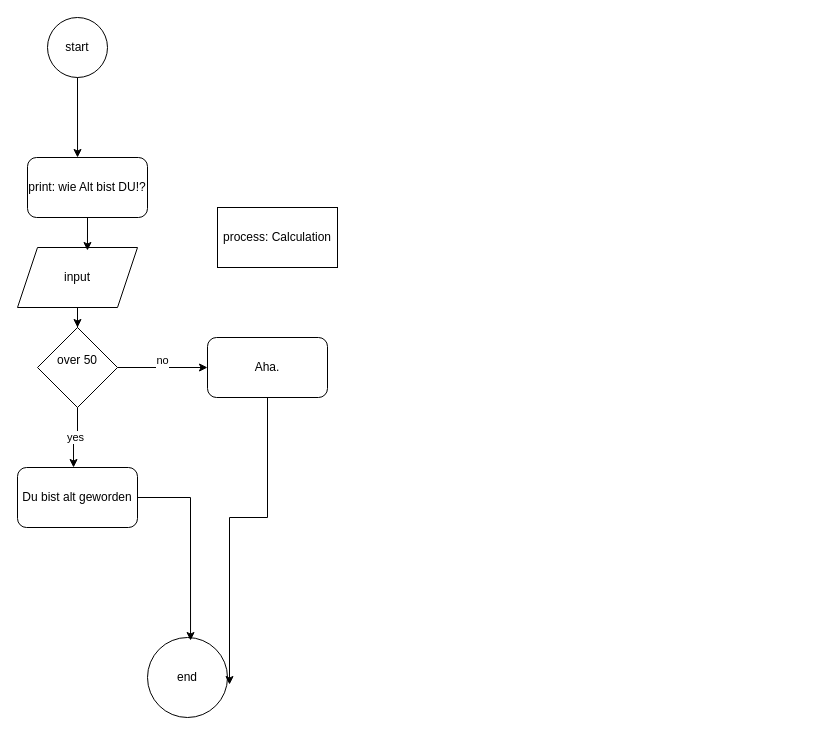
The draw.io diagram docs/day3/alt_machine.drawio in SandroDeSanct/Python, before the edit. Source tidied: cells renumbered, new cells numbered last; positions are measured from the earlier drawing's top-left corner, leaving out a move shared by most shapes. Both pictures are drawn from the tidied source at 100%, with x=0, y=0 at pixel (17, 17).
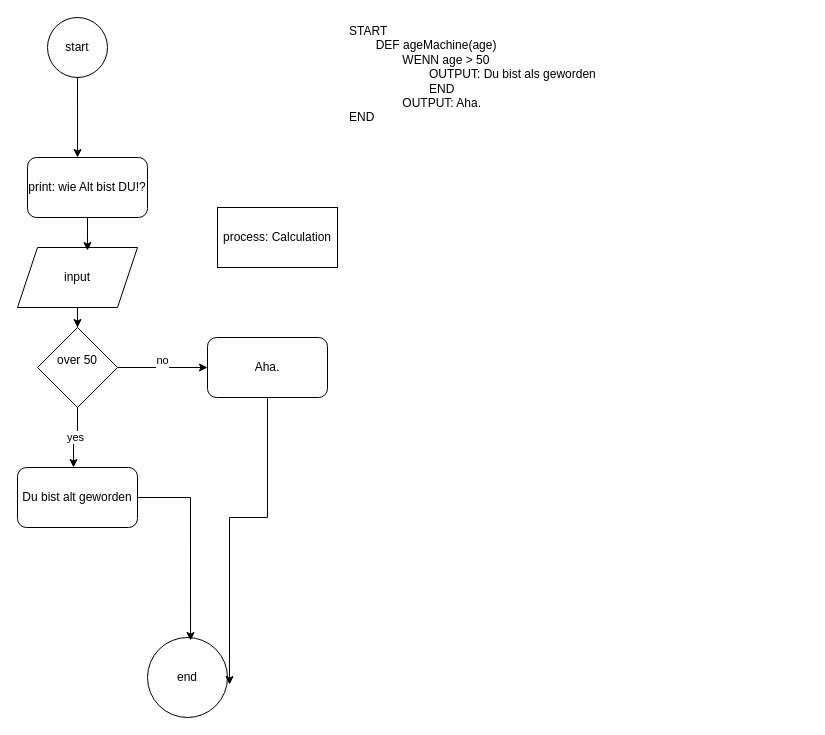
The same page after the edit.

Commit message (it also covers changes not shown here):
ageMAchine PseudoCode

Diff of the diagram source:
```diff
@@
 <mxGraphModel>
   <root>
     <mxCell id="0" />
     <mxCell id="1" parent="0" />
     <mxCell id="2" value="start" style="ellipse;whiteSpace=wrap;html=1;" parent="1" vertex="1">
       <mxGeometry x="30" width="60" height="60" as="geometry" />
     </mxCell>
     <mxCell id="3" value="end" style="ellipse;whiteSpace=wrap;html=1;" parent="1" vertex="1">
       <mxGeometry x="130" y="620" width="80" height="80" as="geometry" />
     </mxCell>
     <mxCell id="4" style="edgeStyle=orthogonalEdgeStyle;rounded=0;jettySize=auto;html=1;" parent="1" edge="1" source="5" target="10">
       <mxGeometry relative="1" as="geometry" />
     </mxCell>
     <mxCell id="5" value="input" style="shape=parallelogram;perimeter=parallelogramPerimeter;whiteSpace=wrap;html=1;fixedSize=1;" parent="1" vertex="1">
       <mxGeometry y="230" width="120" height="60" as="geometry" />
     </mxCell>
     <mxCell id="6" value="print: wie Alt bist DU!?" style="rounded=1;whiteSpace=wrap;html=1;" parent="1" vertex="1">
       <mxGeometry x="10" y="140" width="120" height="60" as="geometry" />
     </mxCell>
     <mxCell id="7" value="process: Calculation" style="rounded=0;whiteSpace=wrap;html=1;" parent="1" vertex="1">
       <mxGeometry x="200" y="190" width="120" height="60" as="geometry" />
     </mxCell>
     <mxCell id="8" style="edgeStyle=orthogonalEdgeStyle;rounded=0;jettySize=auto;html=1;entryX=0.417;entryY=0;entryDx=0;entryDy=0;entryPerimeter=0;" parent="1" edge="1" source="2" target="6">
       <mxGeometry relative="1" as="geometry" />
     </mxCell>
     <mxCell id="9" value="no&lt;div&gt;&lt;br&gt;&lt;/div&gt;" style="edgeStyle=orthogonalEdgeStyle;rounded=0;jettySize=auto;html=1;" parent="1" edge="1" source="10" target="14">
       <mxGeometry relative="1" as="geometry" />
     </mxCell>
     <mxCell id="10" value="over 50&lt;div&gt;&lt;br&gt;&lt;/div&gt;" style="rhombus;whiteSpace=wrap;html=1;" parent="1" vertex="1">
       <mxGeometry x="20" y="310" width="80" height="80" as="geometry" />
     </mxCell>
     <mxCell id="11" value="Du bist alt geworden" style="rounded=1;whiteSpace=wrap;html=1;" parent="1" vertex="1">
       <mxGeometry y="450" width="120" height="60" as="geometry" />
     </mxCell>
     <mxCell id="12" style="edgeStyle=orthogonalEdgeStyle;rounded=0;jettySize=auto;html=1;entryX=0.538;entryY=0.038;entryDx=0;entryDy=0;entryPerimeter=0;" parent="1" edge="1" source="11" target="3">
       <mxGeometry relative="1" as="geometry" />
     </mxCell>
     <mxCell id="13" value="yes" style="edgeStyle=orthogonalEdgeStyle;rounded=0;jettySize=auto;html=1;entryX=0.467;entryY=0;entryDx=0;entryDy=0;entryPerimeter=0;" parent="1" edge="1" source="10" target="11">
       <mxGeometry relative="1" as="geometry" />
     </mxCell>
     <mxCell id="14" value="Aha." style="rounded=1;whiteSpace=wrap;html=1;" parent="1" vertex="1">
       <mxGeometry x="190" y="320" width="120" height="60" as="geometry" />
     </mxCell>
     <mxCell id="15" style="edgeStyle=orthogonalEdgeStyle;rounded=0;jettySize=auto;html=1;entryX=1.025;entryY=0.588;entryDx=0;entryDy=0;entryPerimeter=0;" parent="1" edge="1" source="14" target="3">
       <mxGeometry relative="1" as="geometry" />
     </mxCell>
     <mxCell id="16" style="edgeStyle=orthogonalEdgeStyle;rounded=0;jettySize=auto;html=1;entryX=0.583;entryY=0.05;entryDx=0;entryDy=0;entryPerimeter=0;" parent="1" edge="1" source="6" target="5">
       <mxGeometry relative="1" as="geometry" />
     </mxCell>
+    <mxCell id="17" value="START&lt;div&gt;&lt;span style=&quot;white-space: pre;&quot;&gt;&#9;&lt;/span&gt;DEF ageMachine(age)&lt;br&gt;&lt;/div&gt;&lt;div&gt;&lt;span style=&quot;white-space: pre;&quot;&gt;&#9;&lt;/span&gt;&lt;span style=&quot;white-space: pre;&quot;&gt;&#9;&lt;/span&gt;WENN age &amp;gt; 50&amp;nbsp;&lt;span style=&quot;white-space: pre;&quot;&gt;&#9;&lt;/span&gt;&lt;br&gt;&lt;/div&gt;&lt;div&gt;&lt;span style=&quot;white-space: pre;&quot;&gt;&#9;&lt;/span&gt;&lt;span style=&quot;white-space: pre;&quot;&gt;&#9;&lt;/span&gt;&lt;span style=&quot;white-space: pre;&quot;&gt;&#9;&lt;/span&gt;OUTPUT: Du bist als geworden&lt;br&gt;&lt;/div&gt;&lt;div&gt;&lt;span style=&quot;white-space: pre;&quot;&gt;&#9;&lt;/span&gt;&lt;span style=&quot;white-space: pre;&quot;&gt;&#9;&lt;/span&gt;&lt;span style=&quot;white-space: pre;&quot;&gt;&#9;&lt;/span&gt;END&amp;nbsp;&lt;br&gt;&lt;/div&gt;&lt;div&gt;&lt;span style=&quot;white-space: pre;&quot;&gt;&#9;&lt;/span&gt;&lt;span style=&quot;white-space: pre;&quot;&gt;&#9;&lt;/span&gt;OUTPUT: Aha.&amp;nbsp;&lt;/div&gt;&lt;div&gt;END&amp;nbsp;&amp;nbsp;&lt;br&gt;&lt;/div&gt;" style="text;html=1;whiteSpace=wrap;overflow=hidden;rounded=0;" parent="1" vertex="1">
+      <mxGeometry x="330" width="460" height="260" as="geometry" />
+    </mxCell>
   </root>
 </mxGraphModel>
```
